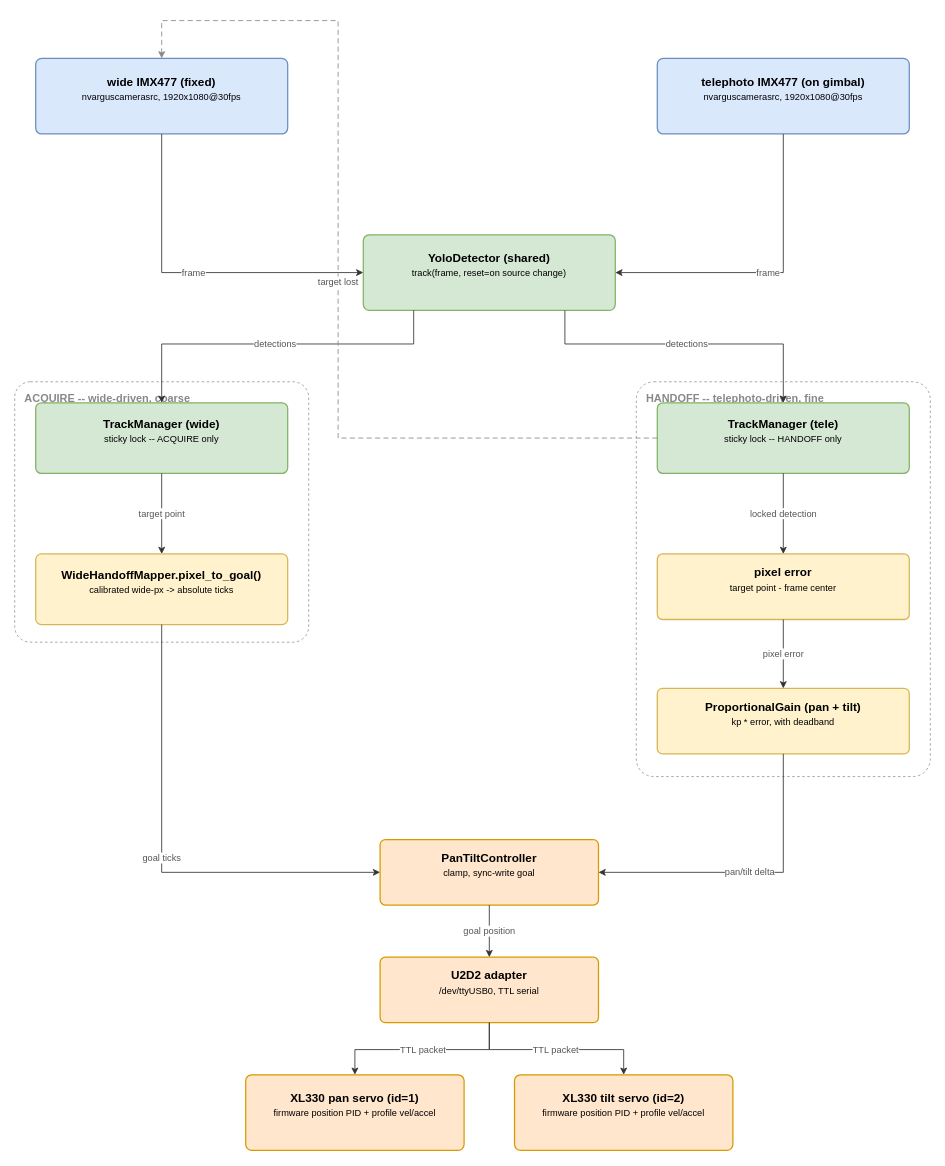
This is assets/block_diagram.drawio from beecars/pan-tilt-track, a draw.io file, before an edit. Source tidied: cells renumbered, new cells numbered last; positions are measured from the earlier drawing's top-left corner, leaving out a move shared by most shapes. Both pictures are drawn from the tidied source at 84%, with x=0, y=0 at pixel (14, 20).
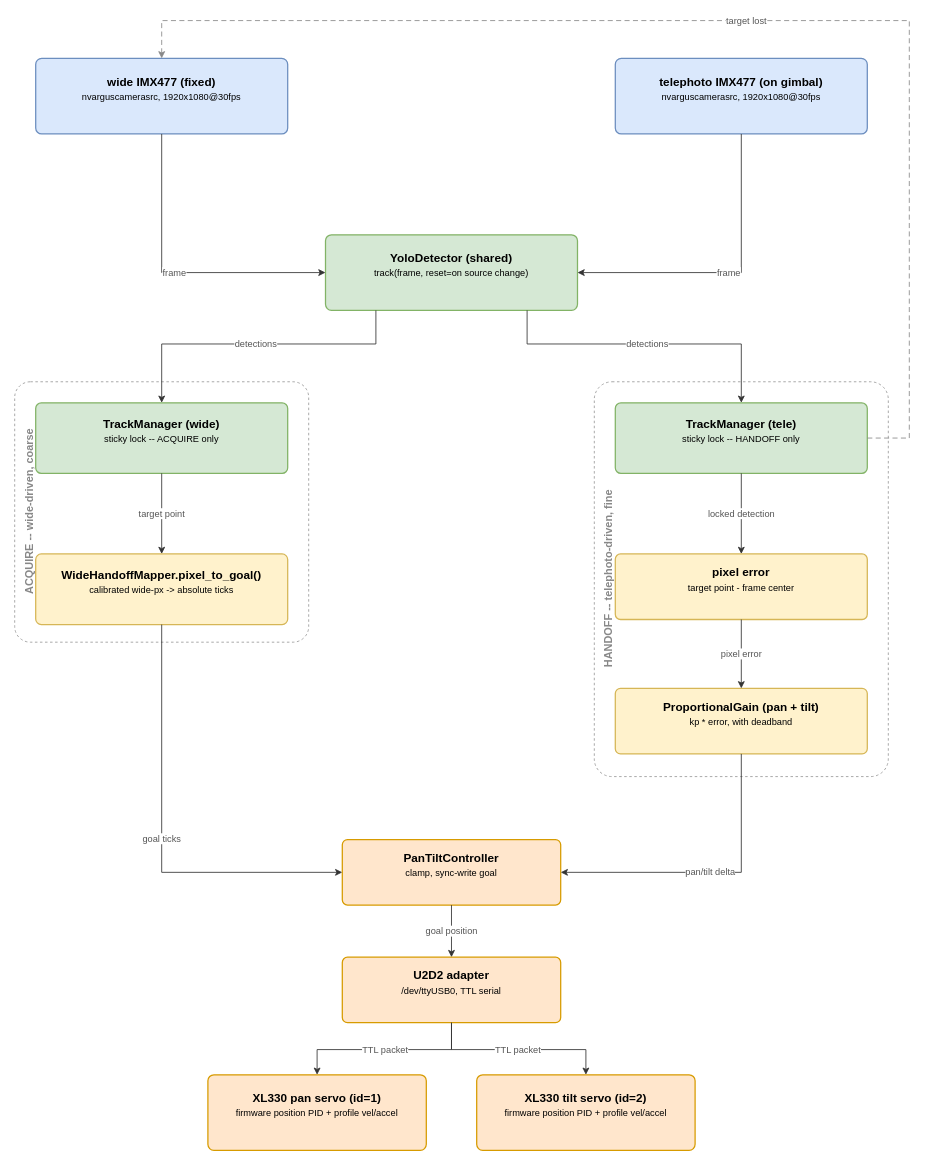
After the change.

Unchanged cells that the change refers to:
```xml
<mxCell id="4" value="wide IMX477 (fixed)&lt;div style=&quot;font-weight:normal;font-size:11px;margin-top:4px;&quot;&gt;nvarguscamerasrc, 1920x1080@30fps&lt;/div&gt;" style="rounded=1;arcSize=8;whiteSpace=wrap;html=1;fillColor=#dae8fc;strokeColor=#6c8ebf;strokeWidth=1.5;fontSize=14;fontStyle=1;verticalAlign=middle;spacingBottom=18;" parent="1" vertex="1">
  <mxGeometry x="25" y="45" width="300" height="90" as="geometry" />
</mxCell>
<mxCell id="7" value="TrackManager (wide)&lt;div style=&quot;font-weight:normal;font-size:11px;margin-top:4px;&quot;&gt;sticky lock -- ACQUIRE only&lt;/div&gt;" style="rounded=1;arcSize=8;whiteSpace=wrap;html=1;fillColor=#d5e8d4;strokeColor=#82b366;strokeWidth=1.5;fontSize=14;fontStyle=1;verticalAlign=middle;spacingBottom=18;" parent="1" vertex="1">
  <mxGeometry x="25" y="455" width="300" height="84" as="geometry" />
</mxCell>
```

Change to the diagram source:
```diff
@@
-    <mxCell id="2" value="ACQUIRE -- wide-driven, coarse" style="rounded=1;arcSize=6;dashed=1;whiteSpace=wrap;html=1;fillColor=none;strokeColor=#999999;verticalAlign=top;align=left;fontColor=#888888;fontStyle=1;fontSize=13;spacingLeft=10;spacingTop=6;" parent="1" vertex="1">
+    <mxCell id="2" style="rounded=1;arcSize=6;dashed=1;whiteSpace=wrap;html=1;fillColor=none;strokeColor=#999999;" parent="1" vertex="1">
       <mxGeometry y="430" width="350" height="310" as="geometry" />
     </mxCell>
+    <mxCell id="29" value="ACQUIRE -- wide-driven, coarse" style="text;html=1;align=center;verticalAlign=middle;fontColor=#888888;fontStyle=1;fontSize=13;rotation=-90;" parent="1" vertex="1">
+      <mxGeometry x="-128" y="575" width="290" height="20" as="geometry" />
+    </mxCell>
-    <mxCell id="3" value="HANDOFF -- telephoto-driven, fine" style="rounded=1;arcSize=6;dashed=1;whiteSpace=wrap;html=1;fillColor=none;strokeColor=#999999;verticalAlign=top;align=left;fontColor=#888888;fontStyle=1;fontSize=13;spacingLeft=10;spacingTop=6;" parent="1" vertex="1">
-      <mxGeometry x="740" y="430" width="350" height="470" as="geometry" />
+    <mxCell id="3" style="rounded=1;arcSize=6;dashed=1;whiteSpace=wrap;html=1;fillColor=none;strokeColor=#999999;" parent="1" vertex="1">
+      <mxGeometry x="690" y="430" width="350" height="470" as="geometry" />
     </mxCell>
+    <mxCell id="30" value="HANDOFF -- telephoto-driven, fine" style="text;html=1;align=center;verticalAlign=middle;fontColor=#888888;fontStyle=1;fontSize=13;rotation=-90;" parent="1" vertex="1">
+      <mxGeometry x="557" y="655" width="300" height="20" as="geometry" />
+    </mxCell>
@@
     <mxCell id="5" value="telephoto IMX477 (on gimbal)&lt;div style=&quot;font-weight:normal;font-size:11px;margin-top:4px;&quot;&gt;nvarguscamerasrc, 1920x1080@30fps&lt;/div&gt;" style="rounded=1;arcSize=8;whiteSpace=wrap;html=1;fillColor=#dae8fc;strokeColor=#6c8ebf;strokeWidth=1.5;fontSize=14;fontStyle=1;verticalAlign=middle;spacingBottom=18;" parent="1" vertex="1">
-      <mxGeometry x="765" y="45" width="300" height="90" as="geometry" />
+      <mxGeometry x="715" y="45" width="300" height="90" as="geometry" />
     </mxCell>
     <mxCell id="6" value="YoloDetector (shared)&lt;div style=&quot;font-weight:normal;font-size:11px;margin-top:4px;&quot;&gt;track(frame, reset=on source change)&lt;/div&gt;" style="rounded=1;arcSize=8;whiteSpace=wrap;html=1;fillColor=#d5e8d4;strokeColor=#82b366;strokeWidth=1.5;fontSize=14;fontStyle=1;verticalAlign=middle;spacingBottom=18;" parent="1" vertex="1">
-      <mxGeometry x="415" y="255" width="300" height="90" as="geometry" />
+      <mxGeometry x="370" y="255" width="300" height="90" as="geometry" />
     </mxCell>
@@
     <mxCell id="8" value="TrackManager (tele)&lt;div style=&quot;font-weight:normal;font-size:11px;margin-top:4px;&quot;&gt;sticky lock -- HANDOFF only&lt;/div&gt;" style="rounded=1;arcSize=8;whiteSpace=wrap;html=1;fillColor=#d5e8d4;strokeColor=#82b366;strokeWidth=1.5;fontSize=14;fontStyle=1;verticalAlign=middle;spacingBottom=18;" parent="1" vertex="1">
-      <mxGeometry x="765" y="455" width="300" height="84" as="geometry" />
+      <mxGeometry x="715" y="455" width="300" height="84" as="geometry" />
     </mxCell>
@@
     <mxCell id="10" value="pixel error&lt;div style=&quot;font-weight:normal;font-size:11px;margin-top:4px;&quot;&gt;target point - frame center&lt;/div&gt;" style="rounded=1;arcSize=8;whiteSpace=wrap;html=1;fillColor=#fff2cc;strokeColor=#d6b656;strokeWidth=1.5;fontSize=14;fontStyle=1;verticalAlign=middle;spacingBottom=18;" parent="1" vertex="1">
-      <mxGeometry x="765" y="635" width="300" height="78" as="geometry" />
+      <mxGeometry x="715" y="635" width="300" height="78" as="geometry" />
     </mxCell>
     <mxCell id="11" value="ProportionalGain (pan + tilt)&lt;div style=&quot;font-weight:normal;font-size:11px;margin-top:4px;&quot;&gt;kp * error, with deadband&lt;/div&gt;" style="rounded=1;arcSize=8;whiteSpace=wrap;html=1;fillColor=#fff2cc;strokeColor=#d6b656;strokeWidth=1.5;fontSize=14;fontStyle=1;verticalAlign=middle;spacingBottom=18;" parent="1" vertex="1">
-      <mxGeometry x="765" y="795" width="300" height="78" as="geometry" />
+      <mxGeometry x="715" y="795" width="300" height="78" as="geometry" />
     </mxCell>
     <mxCell id="12" value="PanTiltController&lt;div style=&quot;font-weight:normal;font-size:11px;margin-top:4px;&quot;&gt;clamp, sync-write goal&lt;/div&gt;" style="rounded=1;arcSize=8;whiteSpace=wrap;html=1;fillColor=#ffe6cc;strokeColor=#d79b00;strokeWidth=1.5;fontSize=14;fontStyle=1;verticalAlign=middle;spacingBottom=18;" parent="1" vertex="1">
-      <mxGeometry x="435" y="975" width="260" height="78" as="geometry" />
+      <mxGeometry x="390" y="975" width="260" height="78" as="geometry" />
     </mxCell>
     <mxCell id="13" value="U2D2 adapter&lt;div style=&quot;font-weight:normal;font-size:11px;margin-top:4px;&quot;&gt;/dev/ttyUSB0, TTL serial&lt;/div&gt;" style="rounded=1;arcSize=8;whiteSpace=wrap;html=1;fillColor=#ffe6cc;strokeColor=#d79b00;strokeWidth=1.5;fontSize=14;fontStyle=1;verticalAlign=middle;spacingBottom=18;" parent="1" vertex="1">
-      <mxGeometry x="435" y="1115" width="260" height="78" as="geometry" />
+      <mxGeometry x="390" y="1115" width="260" height="78" as="geometry" />
     </mxCell>
     <mxCell id="14" value="XL330 pan servo (id=1)&lt;div style=&quot;font-weight:normal;font-size:11px;margin-top:4px;&quot;&gt;firmware position PID + profile vel/accel&lt;/div&gt;" style="rounded=1;arcSize=8;whiteSpace=wrap;html=1;fillColor=#ffe6cc;strokeColor=#d79b00;strokeWidth=1.5;fontSize=14;fontStyle=1;verticalAlign=middle;spacingBottom=18;" parent="1" vertex="1">
-      <mxGeometry x="275" y="1255" width="260" height="90" as="geometry" />
+      <mxGeometry x="230" y="1255" width="260" height="90" as="geometry" />
     </mxCell>
     <mxCell id="15" value="XL330 tilt servo (id=2)&lt;div style=&quot;font-weight:normal;font-size:11px;margin-top:4px;&quot;&gt;firmware position PID + profile vel/accel&lt;/div&gt;" style="rounded=1;arcSize=8;whiteSpace=wrap;html=1;fillColor=#ffe6cc;strokeColor=#d79b00;strokeWidth=1.5;fontSize=14;fontStyle=1;verticalAlign=middle;spacingBottom=18;" parent="1" vertex="1">
-      <mxGeometry x="595" y="1255" width="260" height="90" as="geometry" />
+      <mxGeometry x="550" y="1255" width="260" height="90" as="geometry" />
     </mxCell>
@@
     <mxCell id="17" value="frame" style="edgeStyle=orthogonalEdgeStyle;rounded=0;html=1;strokeColor=#333333;exitX=0.500;exitY=1.000;exitDx=0;exitDy=0;entryX=1.000;entryY=0.500;entryDx=0;entryDy=0;fontSize=11;fontColor=#555555;labelBackgroundColor=#ffffff;" parent="1" edge="1" source="5" target="6">
       <mxGeometry relative="1" as="geometry">
         <Array as="points">
-          <mxPoint x="915" y="300" />
+          <mxPoint x="865" y="300" />
         </Array>
       </mxGeometry>
     </mxCell>
     <mxCell id="18" value="detections" style="edgeStyle=orthogonalEdgeStyle;rounded=0;html=1;strokeColor=#333333;exitX=0.200;exitY=1.000;exitDx=0;exitDy=0;entryX=0.500;entryY=0.000;entryDx=0;entryDy=0;fontSize=11;fontColor=#555555;labelBackgroundColor=#ffffff;" parent="1" edge="1" source="6" target="7">
       <mxGeometry relative="1" as="geometry">
         <Array as="points">
-          <mxPoint x="475" y="385" />
+          <mxPoint x="430" y="385" />
           <mxPoint x="175" y="385" />
         </Array>
       </mxGeometry>
     </mxCell>
     <mxCell id="19" value="detections" style="edgeStyle=orthogonalEdgeStyle;rounded=0;html=1;strokeColor=#333333;exitX=0.800;exitY=1.000;exitDx=0;exitDy=0;entryX=0.500;entryY=0.000;entryDx=0;entryDy=0;fontSize=11;fontColor=#555555;labelBackgroundColor=#ffffff;" parent="1" edge="1" source="6" target="8">
       <mxGeometry relative="1" as="geometry">
         <Array as="points">
-          <mxPoint x="655" y="385" />
-          <mxPoint x="915" y="385" />
+          <mxPoint x="610" y="385" />
+          <mxPoint x="865" y="385" />
         </Array>
       </mxGeometry>
     </mxCell>
@@
     <mxCell id="24" value="pan/tilt delta" style="edgeStyle=orthogonalEdgeStyle;rounded=0;html=1;strokeColor=#333333;exitX=0.500;exitY=1.000;exitDx=0;exitDy=0;entryX=1.000;entryY=0.500;entryDx=0;entryDy=0;fontSize=11;fontColor=#555555;labelBackgroundColor=#ffffff;" parent="1" edge="1" source="11" target="12">
       <mxGeometry relative="1" as="geometry">
         <Array as="points">
-          <mxPoint x="915" y="1014" />
+          <mxPoint x="865" y="1014" />
         </Array>
       </mxGeometry>
     </mxCell>
@@
     <mxCell id="26" value="TTL packet" style="edgeStyle=orthogonalEdgeStyle;rounded=0;html=1;strokeColor=#333333;exitX=0.500;exitY=1.000;exitDx=0;exitDy=0;entryX=0.500;entryY=0.000;entryDx=0;entryDy=0;fontSize=11;fontColor=#555555;labelBackgroundColor=#ffffff;" parent="1" edge="1" source="13" target="14">
       <mxGeometry relative="1" as="geometry">
         <Array as="points">
-          <mxPoint x="565" y="1225" />
-          <mxPoint x="405" y="1225" />
+          <mxPoint x="520" y="1225" />
+          <mxPoint x="360" y="1225" />
         </Array>
       </mxGeometry>
     </mxCell>
     <mxCell id="27" value="TTL packet" style="edgeStyle=orthogonalEdgeStyle;rounded=0;html=1;strokeColor=#333333;exitX=0.500;exitY=1.000;exitDx=0;exitDy=0;entryX=0.500;entryY=0.000;entryDx=0;entryDy=0;fontSize=11;fontColor=#555555;labelBackgroundColor=#ffffff;" parent="1" edge="1" source="13" target="15">
       <mxGeometry relative="1" as="geometry">
         <Array as="points">
-          <mxPoint x="565" y="1225" />
-          <mxPoint x="725" y="1225" />
+          <mxPoint x="520" y="1225" />
+          <mxPoint x="680" y="1225" />
         </Array>
       </mxGeometry>
     </mxCell>
-    <mxCell id="28" value="target lost" style="edgeStyle=orthogonalEdgeStyle;rounded=0;html=1;dashed=1;dashPattern=6 4;strokeColor=#888888;exitX=0.000;exitY=0.500;exitDx=0;exitDy=0;entryX=0.500;entryY=0.000;entryDx=0;entryDy=0;fontSize=11;fontColor=#555555;labelBackgroundColor=#ffffff;" parent="1" edge="1" source="8" target="4">
+    <mxCell id="28" value="target lost" style="edgeStyle=orthogonalEdgeStyle;rounded=0;html=1;dashed=1;dashPattern=6 4;strokeColor=#888888;exitX=1.000;exitY=0.500;exitDx=0;exitDy=0;entryX=0.500;entryY=0.000;entryDx=0;entryDy=0;fontSize=11;fontColor=#555555;labelBackgroundColor=#ffffff;" parent="1" edge="1" source="8" target="4">
       <mxGeometry relative="1" as="geometry">
         <Array as="points">
-          <mxPoint x="385" y="497" />
-          <mxPoint x="385" />
+          <mxPoint x="1065" y="497" />
+          <mxPoint x="1065" />
           <mxPoint x="175" />
         </Array>
       </mxGeometry>
     </mxCell>
```
